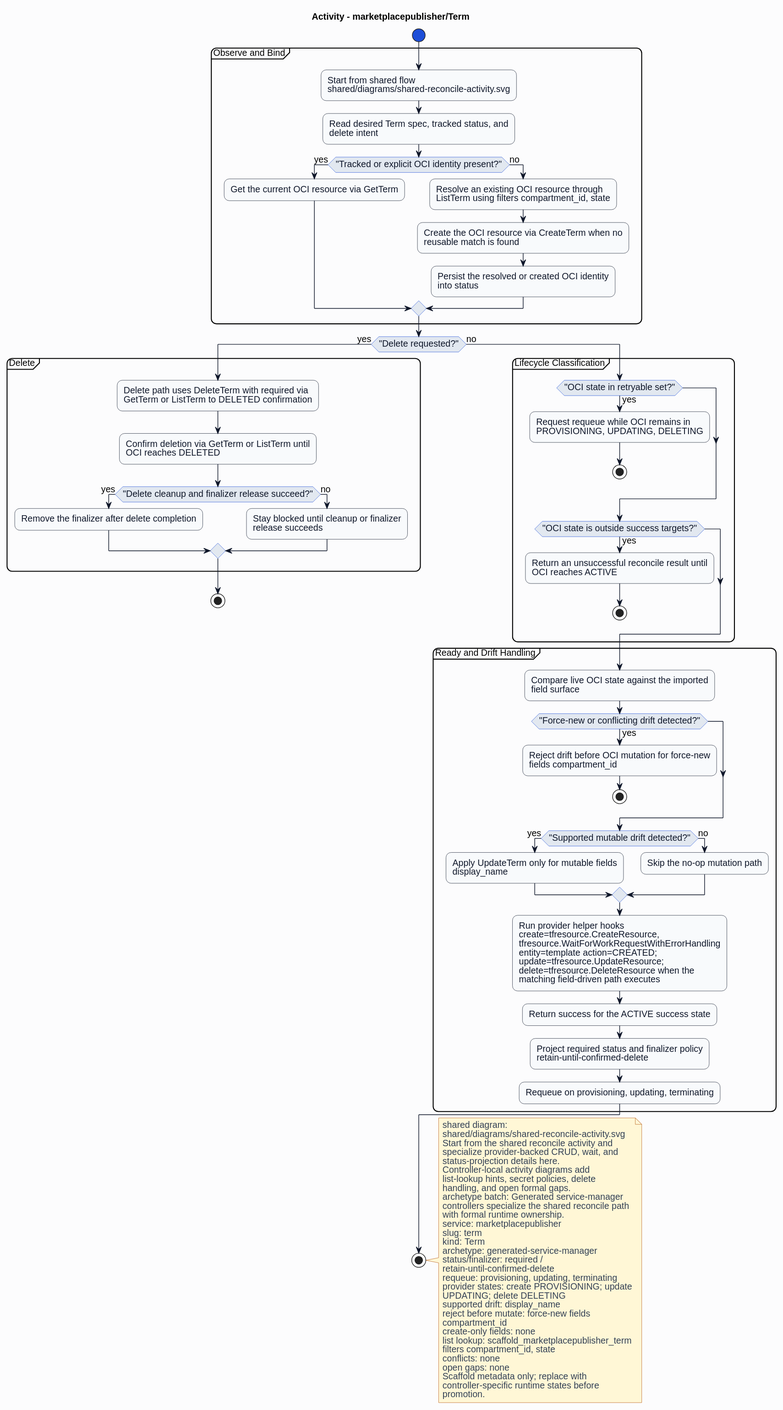
Above: formal/controllers/marketplacepublisher/term/diagrams/activity.svg in HaoyL666/oci-service-operator (PlantUML), before the change.
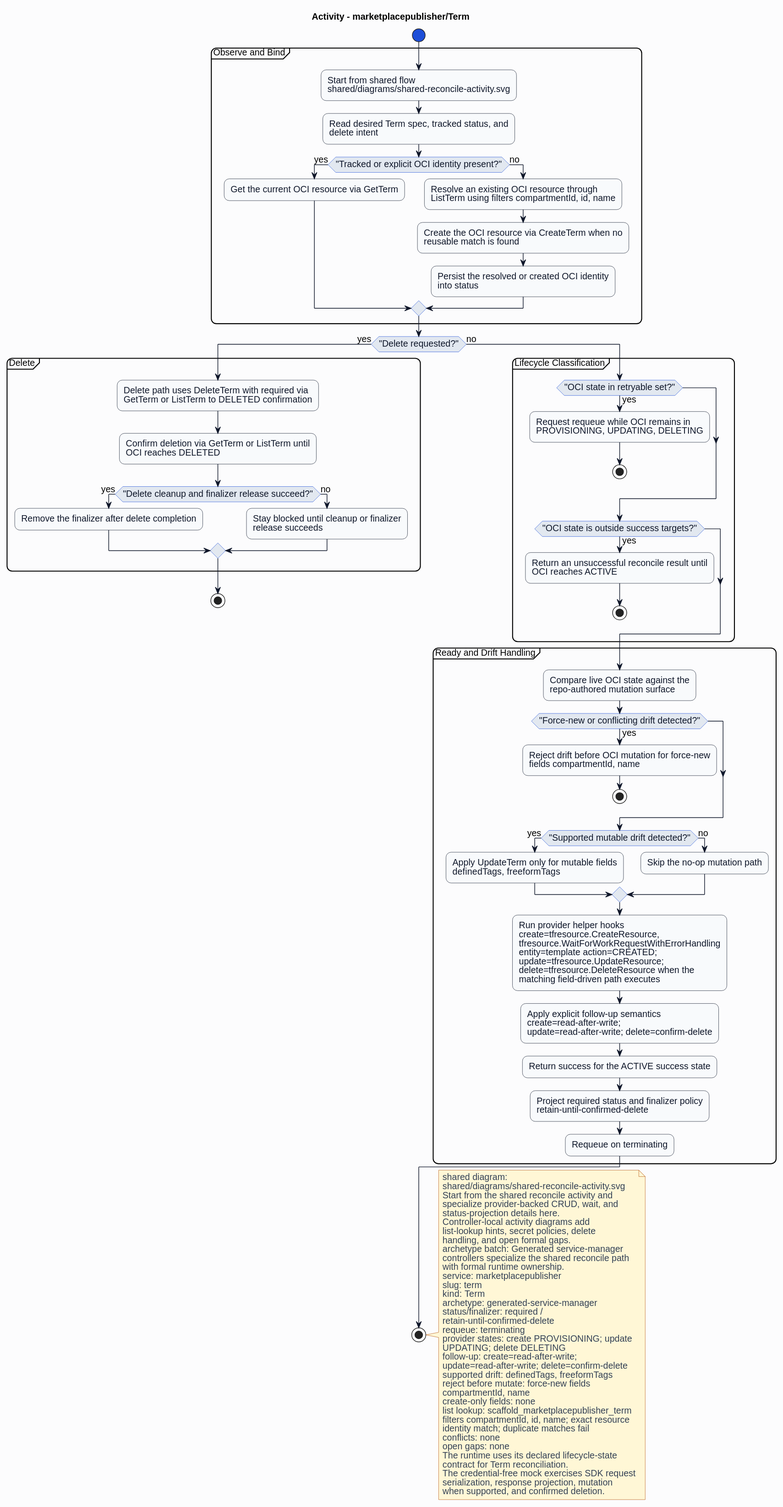
After the commit.

What changed in the source:
```diff
@@ -27,7 +27,7 @@
 if ("Tracked or explicit OCI identity present?") then (yes)
 :Get the current OCI resource via GetTerm;
 else (no)
-:Resolve an existing OCI resource through\nListTerm using filters compartment_id, state;
+:Resolve an existing OCI resource through\nListTerm using filters compartmentId, id, name;
 :Create the OCI resource via CreateTerm when no\nreusable match is found;
 :Persist the resolved or created OCI identity\ninto status;
 endif
@@ -55,20 +55,21 @@
 endif
 }
 partition "Ready and Drift Handling" {
-:Compare live OCI state against the imported\nfield surface;
+:Compare live OCI state against the\nrepo-authored mutation surface;
 if ("Force-new or conflicting drift detected?") then (yes)
-:Reject drift before OCI mutation for force-new\nfields compartment_id;
+:Reject drift before OCI mutation for force-new\nfields compartmentId, name;
 stop
 endif
 if ("Supported mutable drift detected?") then (yes)
-:Apply UpdateTerm only for mutable fields\ndisplay_name;
+:Apply UpdateTerm only for mutable fields\ndefinedTags, freeformTags;
 else (no)
 :Skip the no-op mutation path;
 endif
 :Run provider helper hooks\ncreate=tfresource.CreateResource,\ntfresource.WaitForWorkRequestWithErrorHandling\nentity=template action=CREATED;\nupdate=tfresource.UpdateResource;\ndelete=tfresource.DeleteResource when the\nmatching field-driven path executes;
+:Apply explicit follow-up semantics\ncreate=read-after-write;\nupdate=read-after-write; delete=confirm-delete;
 :Return success for the ACTIVE success state;
 :Project required status and finalizer policy\nretain-until-confirmed-delete;
-:Requeue on provisioning, updating, terminating;
+:Requeue on terminating;
 }
 endif
 stop
@@ -90,19 +91,24 @@
 archetype: generated-service-manager
 status/finalizer: required /
 retain-until-confirmed-delete
-requeue: provisioning, updating, terminating
+requeue: terminating
 provider states: create PROVISIONING; update
 UPDATING; delete DELETING
-supported drift: display_name
+follow-up: create=read-after-write;
+update=read-after-write; delete=confirm-delete
+supported drift: definedTags, freeformTags
 reject before mutate: force-new fields
-compartment_id
+compartmentId, name
 create-only fields: none
 list lookup: scaffold_marketplacepublisher_term
-filters compartment_id, state
+filters compartmentId, id, name; exact resource
+identity match; duplicate matches fail
 conflicts: none
 open gaps: none
-Scaffold metadata only; replace with
-controller-specific runtime states before
-promotion.
+The runtime uses its declared lifecycle-state
+contract for Term reconciliation.
+The credential-free mock exercises SDK request
+serialization, response projection, mutation
+when supported, and confirmed deletion.
 end note
 @enduml
```
